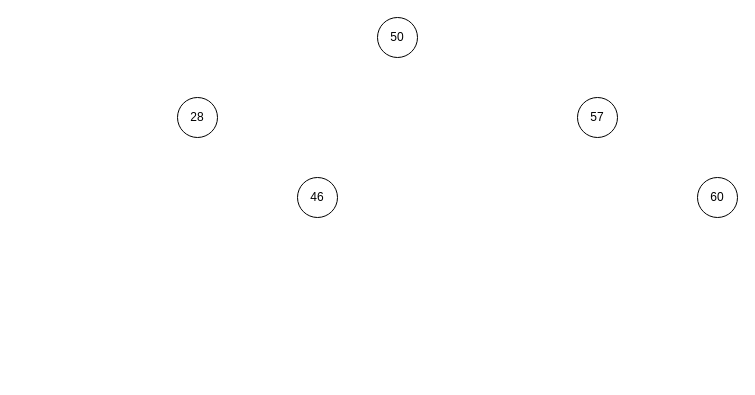
The draw.io diagram avl_tree.drawio in semihhdemirel/semihhdemirel, before the edit. Source tidied: cells renumbered, new cells numbered last; positions are measured from the earlier drawing's top-left corner, leaving out a move shared by most shapes. Both pictures are drawn from the tidied source at 100%, with x=0, y=0 at pixel (177, 17).
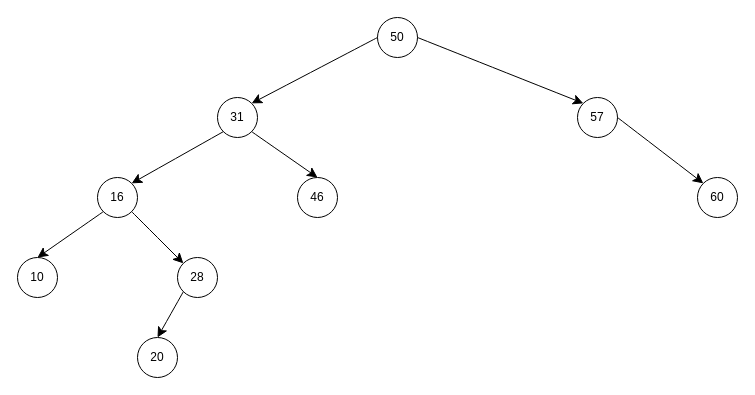
Above is the later version.

The edit, as a diff of the source:
```diff
@@
 <mxGraphModel>
   <root>
     <mxCell id="0" />
     <mxCell id="1" parent="0" />
     <mxCell id="2" value="28" style="ellipse;whiteSpace=wrap;html=1;" parent="1" vertex="1">
-      <mxGeometry y="80" width="40" height="40" as="geometry" />
+      <mxGeometry y="240" width="40" height="40" as="geometry" />
     </mxCell>
     <mxCell id="3" value="50" style="ellipse;whiteSpace=wrap;html=1;" parent="1" vertex="1">
       <mxGeometry x="200" width="40" height="40" as="geometry" />
     </mxCell>
     <mxCell id="4" value="57" style="ellipse;whiteSpace=wrap;html=1;" parent="1" vertex="1">
       <mxGeometry x="400" y="80" width="40" height="40" as="geometry" />
     </mxCell>
     <mxCell id="5" value="60" style="ellipse;whiteSpace=wrap;html=1;" parent="1" vertex="1">
       <mxGeometry x="520" y="160" width="40" height="40" as="geometry" />
     </mxCell>
     <mxCell id="6" value="46" style="ellipse;whiteSpace=wrap;html=1;" parent="1" vertex="1">
       <mxGeometry x="120" y="160" width="40" height="40" as="geometry" />
     </mxCell>
+    <mxCell id="7" value="31" style="ellipse;whiteSpace=wrap;html=1;" parent="1" vertex="1">
+      <mxGeometry x="40" y="80" width="40" height="40" as="geometry" />
+    </mxCell>
+    <mxCell id="8" style="endArrow=classic;html=1;rounded=0;fontSize=12;startSize=8;endSize=8;curved=1;exitX=1;exitY=0.5;exitDx=0;exitDy=0;entryX=0;entryY=0;entryDx=0;entryDy=0;" parent="1" edge="1" source="3" target="4">
+      <mxGeometry relative="1" as="geometry" />
+    </mxCell>
+    <mxCell id="9" style="endArrow=classic;html=1;rounded=0;fontSize=12;startSize=8;endSize=8;curved=1;entryX=0;entryY=0;entryDx=0;entryDy=0;exitX=1;exitY=0.5;exitDx=0;exitDy=0;" parent="1" edge="1" source="4" target="5">
+      <mxGeometry relative="1" as="geometry" />
+    </mxCell>
+    <mxCell id="10" style="endArrow=classic;html=1;rounded=0;fontSize=12;startSize=8;endSize=8;curved=1;exitX=0;exitY=0.5;exitDx=0;exitDy=0;entryX=1;entryY=0;entryDx=0;entryDy=0;" parent="1" edge="1" source="3" target="7">
+      <mxGeometry relative="1" as="geometry" />
+    </mxCell>
+    <mxCell id="11" style="endArrow=classic;html=1;rounded=0;fontSize=12;startSize=8;endSize=8;curved=1;exitX=1;exitY=1;exitDx=0;exitDy=0;entryX=0.5;entryY=0;entryDx=0;entryDy=0;" parent="1" edge="1" source="7" target="6">
+      <mxGeometry relative="1" as="geometry" />
+    </mxCell>
+    <mxCell id="12" value="16" style="ellipse;whiteSpace=wrap;html=1;" parent="1" vertex="1">
+      <mxGeometry x="-80" y="160" width="40" height="40" as="geometry" />
+    </mxCell>
+    <mxCell id="13" value="10" style="ellipse;whiteSpace=wrap;html=1;" parent="1" vertex="1">
+      <mxGeometry x="-160" y="240" width="40" height="40" as="geometry" />
+    </mxCell>
+    <mxCell id="14" style="endArrow=classic;html=1;rounded=0;fontSize=12;startSize=8;endSize=8;curved=1;exitX=0;exitY=1;exitDx=0;exitDy=0;entryX=1;entryY=0;entryDx=0;entryDy=0;" parent="1" edge="1" source="7" target="12">
+      <mxGeometry relative="1" as="geometry" />
+    </mxCell>
+    <mxCell id="15" style="endArrow=classic;html=1;rounded=0;fontSize=12;startSize=8;endSize=8;curved=1;exitX=1;exitY=1;exitDx=0;exitDy=0;entryX=0;entryY=0;entryDx=0;entryDy=0;" parent="1" edge="1" source="12" target="2">
+      <mxGeometry relative="1" as="geometry" />
+    </mxCell>
+    <mxCell id="16" style="endArrow=classic;html=1;rounded=0;fontSize=12;startSize=8;endSize=8;curved=1;entryX=0.5;entryY=0;entryDx=0;entryDy=0;exitX=0;exitY=1;exitDx=0;exitDy=0;" parent="1" edge="1" source="12" target="13">
+      <mxGeometry relative="1" as="geometry" />
+    </mxCell>
+    <mxCell id="17" value="20" style="ellipse;whiteSpace=wrap;html=1;" parent="1" vertex="1">
+      <mxGeometry x="-40" y="320" width="40" height="40" as="geometry" />
+    </mxCell>
+    <mxCell id="18" style="endArrow=classic;html=1;rounded=0;fontSize=12;startSize=8;endSize=8;curved=1;entryX=0.5;entryY=0;entryDx=0;entryDy=0;exitX=0;exitY=1;exitDx=0;exitDy=0;" parent="1" edge="1" source="2" target="17">
+      <mxGeometry relative="1" as="geometry" />
+    </mxCell>
   </root>
 </mxGraphModel>
```
